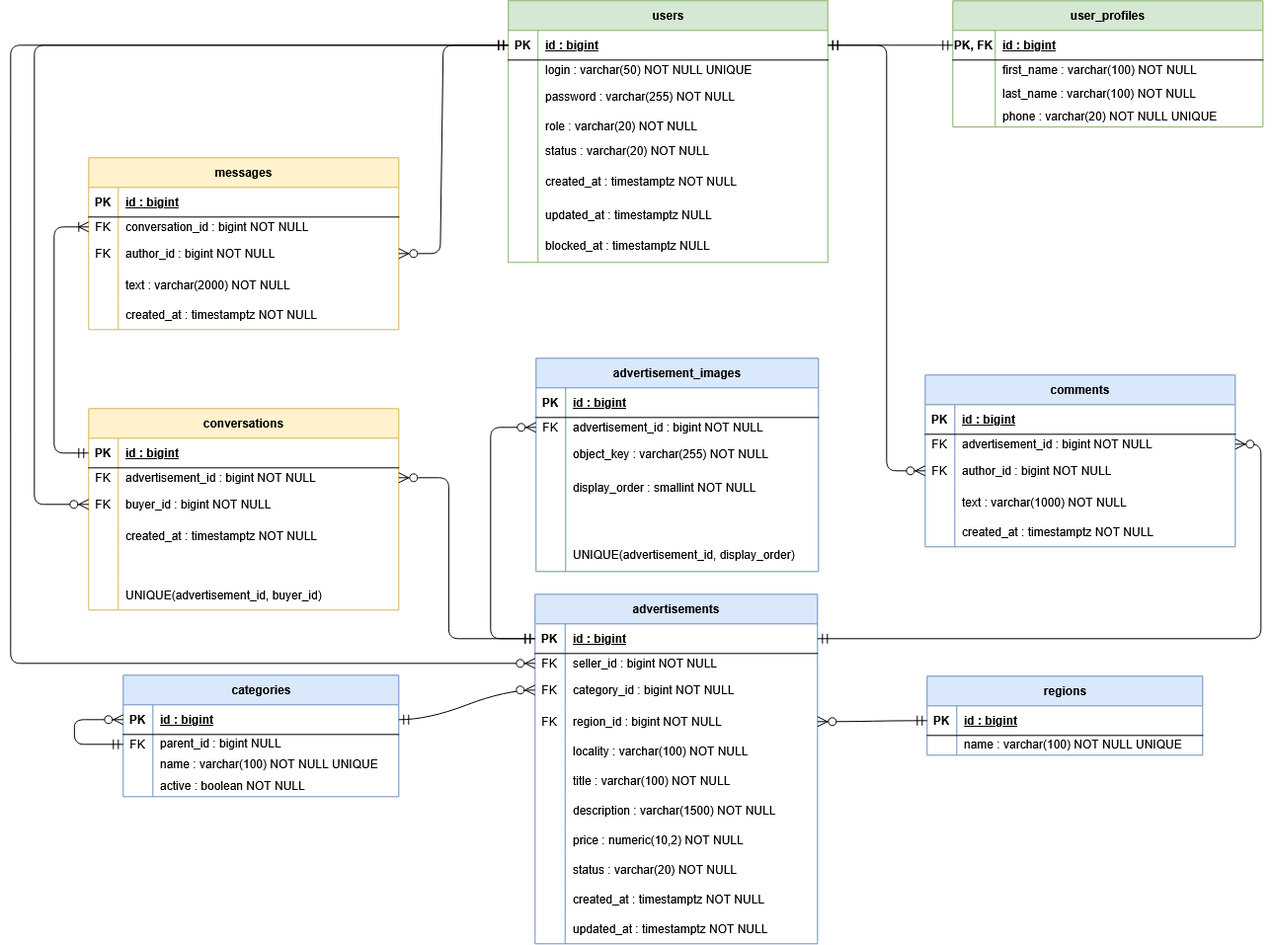
This is docs/Classifieds-ERD.png from DrMemeX/Classifieds, a draw.io export, as it was before one commit. Source tidied: cells renumbered, new cells last; positions are measured from the earlier drawing's top-left corner, leaving out a move shared by most shapes.
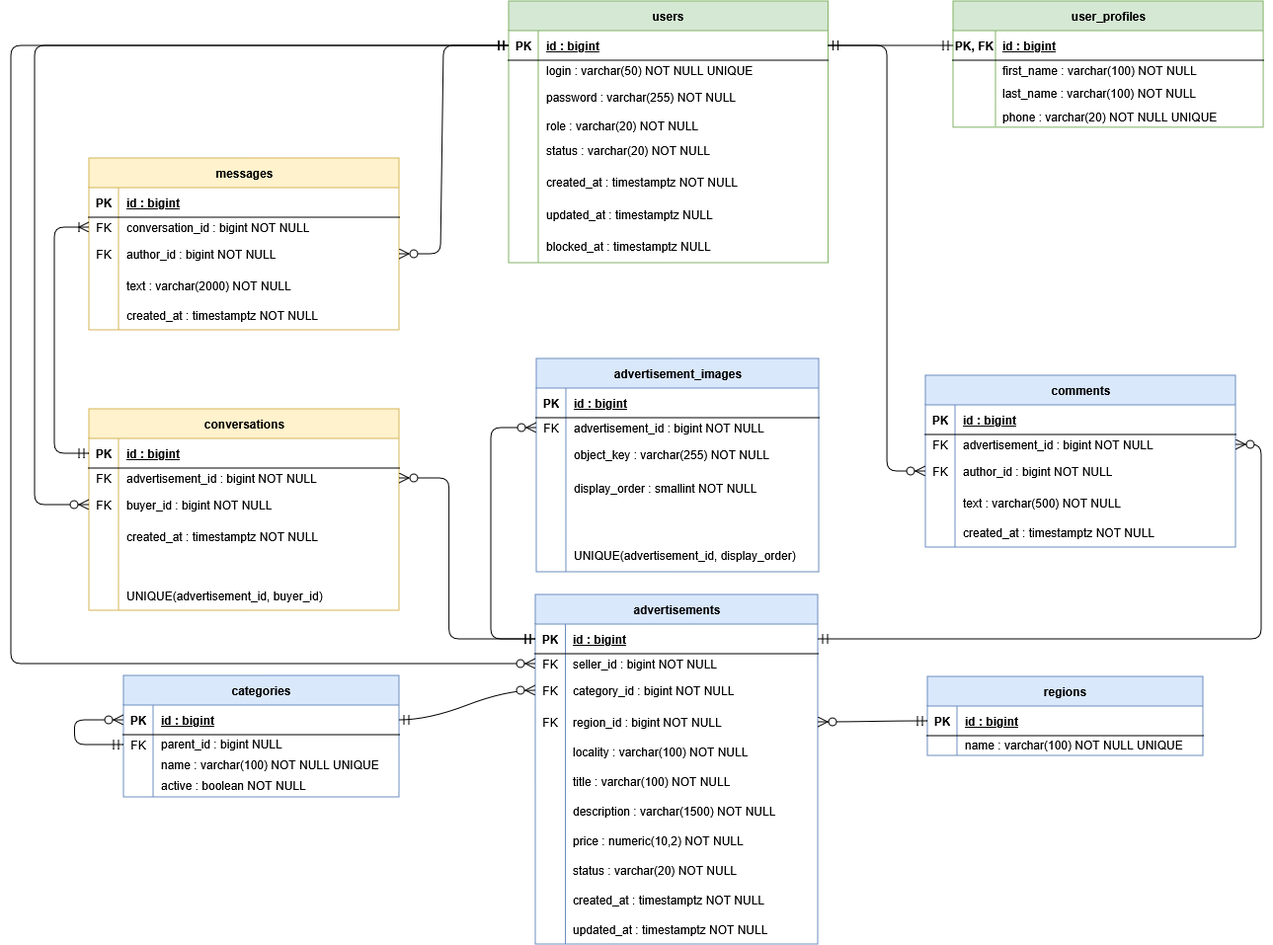
Later version of the same file.

The edit, as a diff of the source:
```diff
@@ -541,7 +541,7 @@
     <mxCell id="169" style="shape=partialRectangle;fillColor=none;top=0;left=0;bottom=0;right=0;overflow=hidden;whiteSpace=wrap;html=1;" parent="168" vertex="1">
       <mxGeometry width="30" height="30" as="geometry" />
     </mxCell>
-    <mxCell id="170" value="text : varchar(1000) NOT NULL" style="shape=partialRectangle;fillColor=none;top=0;left=0;bottom=0;right=0;align=left;spacingLeft=6;overflow=hidden;whiteSpace=wrap;html=1;" parent="168" vertex="1">
+    <mxCell id="170" value="text : varchar(500) NOT NULL" style="shape=partialRectangle;fillColor=none;top=0;left=0;bottom=0;right=0;align=left;spacingLeft=6;overflow=hidden;whiteSpace=wrap;html=1;" parent="168" vertex="1">
       <mxGeometry x="30" width="284" height="30" as="geometry" />
     </mxCell>
     <mxCell id="171" style="shape=tableRow;horizontal=0;startSize=0;swimlaneHead=0;swimlaneBody=0;fillColor=none;top=0;left=0;right=0;bottom=0;" parent="158" vertex="1">
```
